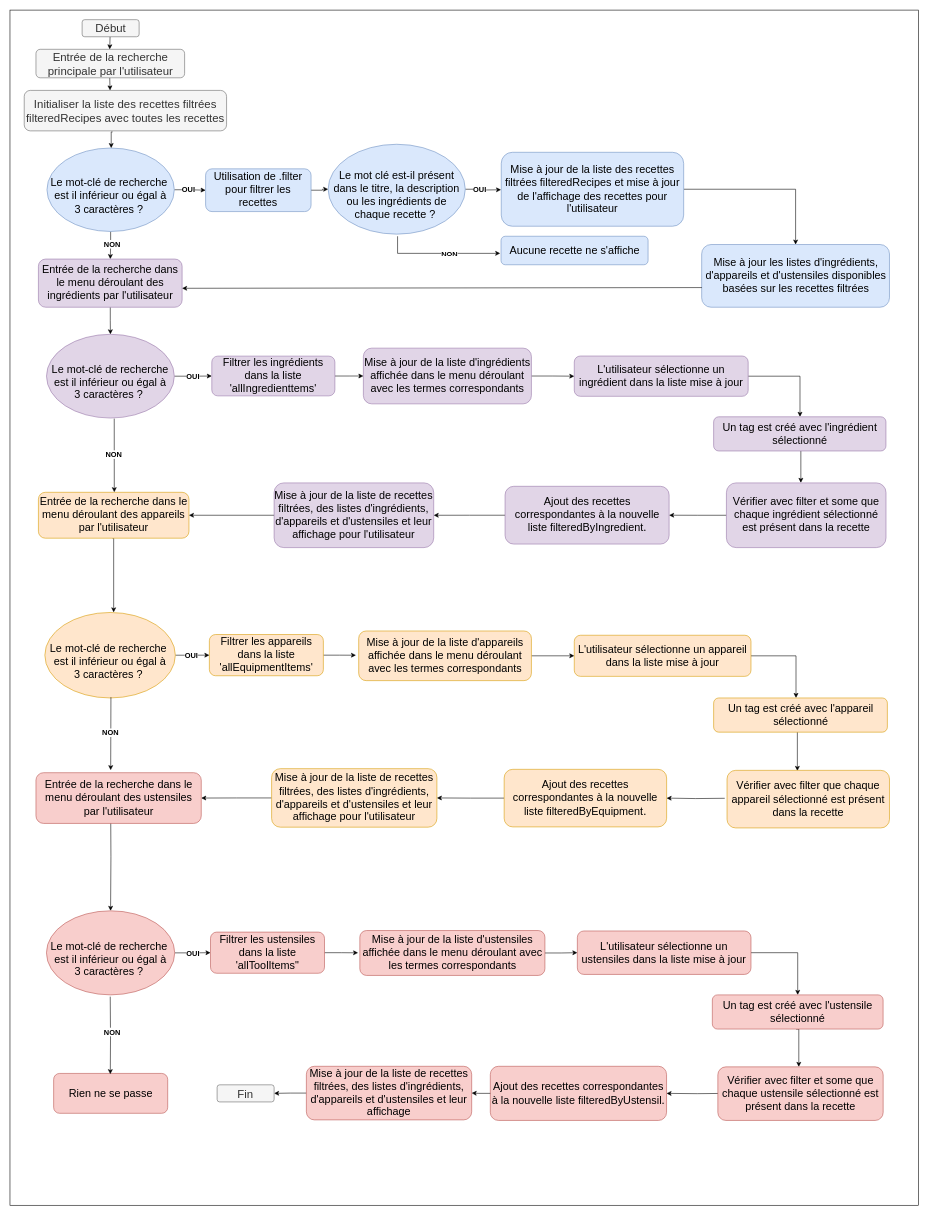
Earlier version of the draw.io diagram algorigramme_method.drawio (inesder/Les_petits_plats). Source tidied: cells renumbered, new cells numbered last; positions are measured from the earlier drawing's top-left corner, leaving out a move shared by most shapes. Both pictures are drawn from the tidied source at 57%, with x=0, y=0 at pixel (10, 10).
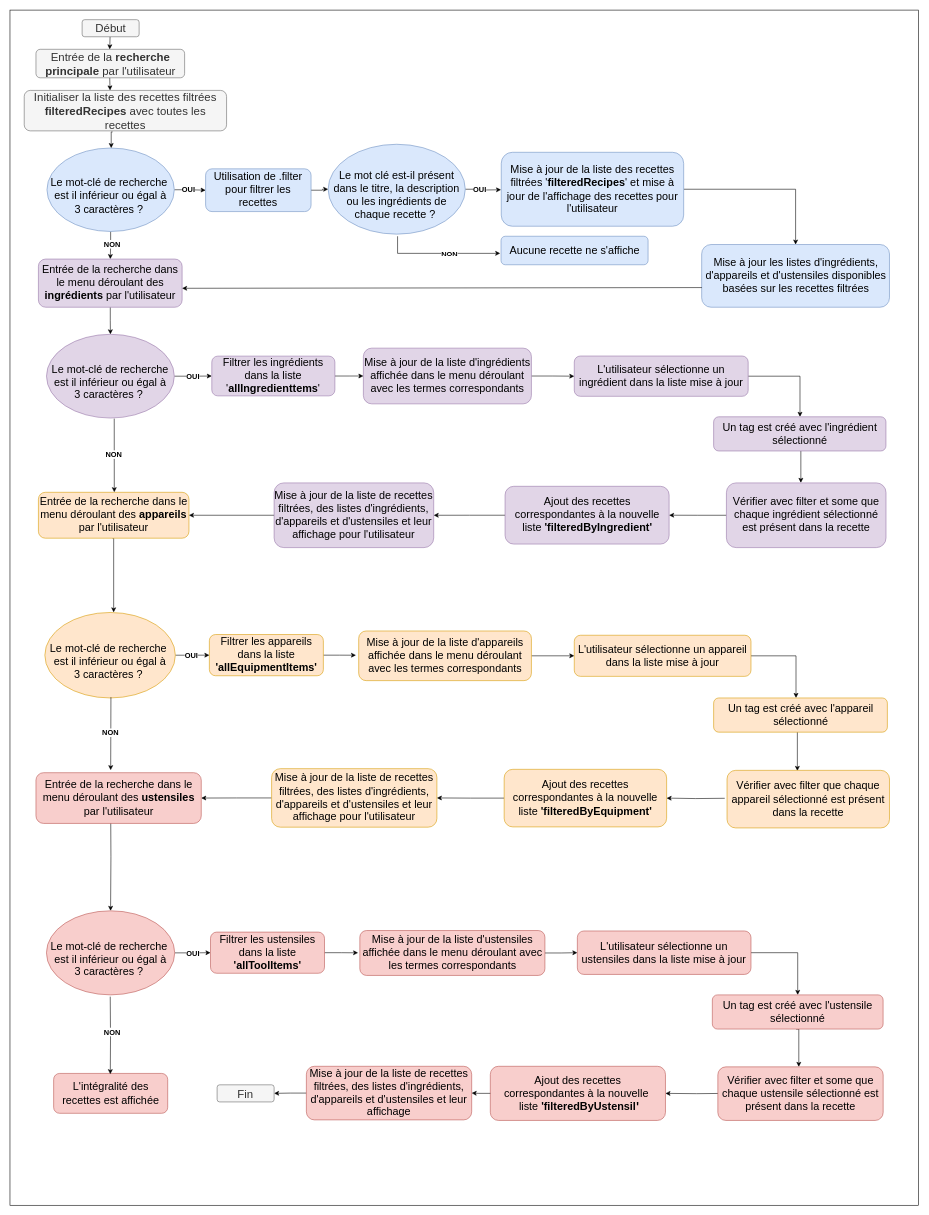
The same page after the edit.

Commit message (it also covers changes not shown here):
Mettre à jour algorigramme_method.drawio

Change to the diagram source:
```diff
@@
-    <mxCell id="3" value="&lt;font style=&quot;font-size: 20px;&quot;&gt;&lt;font style=&quot;font-size: 20px;&quot;&gt;Initialiser la liste des&amp;nbsp;&lt;/font&gt;&lt;font style=&quot;background-color: initial; font-size: 20px;&quot;&gt;recettes&amp;nbsp;&lt;/font&gt;&lt;span style=&quot;background-color: initial;&quot;&gt;filtrées filteredRecipes avec&amp;nbsp;&lt;/span&gt;&lt;/font&gt;&lt;span style=&quot;font-size: 20px; background-color: initial;&quot;&gt;toutes les recettes&lt;/span&gt;" style="rounded=1;whiteSpace=wrap;html=1;fillColor=#f5f5f5;strokeColor=#666666;fontColor=#333333;" parent="1" vertex="1">
+    <mxCell id="3" value="&lt;font style=&quot;font-size: 20px;&quot;&gt;&lt;font style=&quot;font-size: 20px;&quot;&gt;Initialiser la liste des&amp;nbsp;&lt;/font&gt;&lt;font style=&quot;background-color: initial; font-size: 20px;&quot;&gt;recettes&amp;nbsp;&lt;/font&gt;&lt;span style=&quot;background-color: initial;&quot;&gt;filtrées &lt;b&gt;filteredRecipes&lt;/b&gt; avec&amp;nbsp;&lt;/span&gt;&lt;/font&gt;&lt;span style=&quot;font-size: 20px; background-color: initial;&quot;&gt;toutes les recettes&lt;/span&gt;" style="rounded=1;whiteSpace=wrap;html=1;fillColor=#f5f5f5;strokeColor=#666666;fontColor=#333333;" parent="1" vertex="1">
       <mxGeometry x="25" y="141.1" width="355" height="71" as="geometry" />
     </mxCell>
@@
-    <mxCell id="10" value="&lt;font style=&quot;font-size: 20px;&quot;&gt;Entrée de la recherche principale par l'utilisateur&lt;/font&gt;" style="rounded=1;whiteSpace=wrap;html=1;fillColor=#f5f5f5;strokeColor=#666666;fontColor=#333333;" parent="1" vertex="1">
+    <mxCell id="10" value="&lt;font style=&quot;font-size: 20px;&quot;&gt;Entrée de la &lt;b&gt;recherche principale&lt;/b&gt; par l'utilisateur&lt;/font&gt;" style="rounded=1;whiteSpace=wrap;html=1;fillColor=#f5f5f5;strokeColor=#666666;fontColor=#333333;" parent="1" vertex="1">
       <mxGeometry x="45.6" y="69" width="260.8" height="50" as="geometry" />
     </mxCell>
@@
-    <mxCell id="22" value="&lt;font style=&quot;font-size: 19px;&quot;&gt;Mise à jour de la liste des recettes filtrées filteredRecipes et mise à jour de l'affichage des recettes pour l'utilisateur&lt;/font&gt;" style="rounded=1;whiteSpace=wrap;html=1;fillColor=#dae8fc;strokeColor=#6c8ebf;" parent="1" vertex="1">
+    <mxCell id="22" value="&lt;font style=&quot;font-size: 19px;&quot;&gt;Mise à jour de la liste des recettes filtrées '&lt;b&gt;filteredRecipes&lt;/b&gt;' et mise à jour de l'affichage des recettes pour l'utilisateur&lt;/font&gt;" style="rounded=1;whiteSpace=wrap;html=1;fillColor=#dae8fc;strokeColor=#6c8ebf;" parent="1" vertex="1">
       <mxGeometry x="861.9" y="249.7" width="320" height="129.7" as="geometry" />
     </mxCell>
@@
-    <mxCell id="25" value="&lt;font style=&quot;font-size: 19px;&quot;&gt;Entrée de la recherche dans le menu déroulant des ingrédients par l'utilisateur&lt;/font&gt;" style="rounded=1;whiteSpace=wrap;html=1;fillColor=#e1d5e7;strokeColor=#9673a6;" parent="1" vertex="1">
+    <mxCell id="25" value="&lt;font style=&quot;font-size: 19px;&quot;&gt;Entrée de la recherche dans le menu déroulant des &lt;b&gt;ingrédients &lt;/b&gt;par l'utilisateur&lt;/font&gt;" style="rounded=1;whiteSpace=wrap;html=1;fillColor=#e1d5e7;strokeColor=#9673a6;" parent="1" vertex="1">
       <mxGeometry x="49.9" y="437" width="252.1" height="84.5" as="geometry" />
     </mxCell>
@@
-    <mxCell id="30" value="&lt;font style=&quot;font-size: 19px;&quot;&gt;Filtrer les ingrédients dans la liste 'allIngredienttems'&lt;/font&gt;" style="rounded=1;whiteSpace=wrap;html=1;fillColor=#e1d5e7;strokeColor=#9673a6;" parent="1" vertex="1">
+    <mxCell id="30" value="&lt;font style=&quot;font-size: 19px;&quot;&gt;Filtrer les ingrédients dans la liste '&lt;b&gt;allIngredienttems&lt;/b&gt;'&lt;/font&gt;" style="rounded=1;whiteSpace=wrap;html=1;fillColor=#e1d5e7;strokeColor=#9673a6;" parent="1" vertex="1">
       <mxGeometry x="354.1" y="607.3" width="215.9" height="69.7" as="geometry" />
     </mxCell>
@@
-    <mxCell id="38" value="&lt;font style=&quot;font-size: 19px;&quot;&gt;Ajout des recettes correspondantes à la nouvelle liste filteredByIngredient&lt;font style=&quot;font-size: 19px;&quot;&gt;&lt;span style=&quot;font-family: ui-sans-serif, -apple-system, system-ui, &amp;quot;Segoe UI&amp;quot;, Roboto, Ubuntu, Cantarell, &amp;quot;Noto Sans&amp;quot;, sans-serif, Helvetica, &amp;quot;Apple Color Emoji&amp;quot;, Arial, &amp;quot;Segoe UI Emoji&amp;quot;, &amp;quot;Segoe UI Symbol&amp;quot;; text-align: left; white-space-collapse: preserve;&quot;&gt;.&lt;/span&gt;&lt;/font&gt;&lt;/font&gt;" style="rounded=1;whiteSpace=wrap;html=1;fillColor=#e1d5e7;strokeColor=#9673a6;" parent="1" vertex="1">
+    <mxCell id="38" value="&lt;font style=&quot;font-size: 19px;&quot;&gt;Ajout des recettes correspondantes à la nouvelle liste &lt;b&gt;'filteredByIngredient'&lt;/b&gt;&lt;/font&gt;" style="rounded=1;whiteSpace=wrap;html=1;fillColor=#e1d5e7;strokeColor=#9673a6;" parent="1" vertex="1">
       <mxGeometry x="868.6" y="835.7" width="287.8" height="101.3" as="geometry" />
     </mxCell>
@@
-    <mxCell id="40" value="&lt;font style=&quot;font-size: 19px;&quot;&gt;Entrée de la recherche dans le menu déroulant des appareils par l'utilisateur&lt;/font&gt;" style="rounded=1;whiteSpace=wrap;html=1;fillColor=#ffe6cc;strokeColor=#d79b00;" parent="1" vertex="1">
+    <mxCell id="40" value="&lt;font style=&quot;font-size: 19px;&quot;&gt;Entrée de la recherche dans le menu déroulant des &lt;b&gt;appareils &lt;/b&gt;par l'utilisateur&lt;/font&gt;" style="rounded=1;whiteSpace=wrap;html=1;fillColor=#ffe6cc;strokeColor=#d79b00;" parent="1" vertex="1">
       <mxGeometry x="49.9" y="846.2" width="264.1" height="80.5" as="geometry" />
     </mxCell>
@@
-    <mxCell id="56" value="&lt;span style=&quot;font-size: 19px;&quot;&gt;Ajout des recettes correspondantes à la nouvelle liste filteredByEquipment&lt;/span&gt;&lt;font style=&quot;font-size: 19px;&quot;&gt;&lt;span style=&quot;font-family: ui-sans-serif, -apple-system, system-ui, &amp;quot;Segoe UI&amp;quot;, Roboto, Ubuntu, Cantarell, &amp;quot;Noto Sans&amp;quot;, sans-serif, Helvetica, &amp;quot;Apple Color Emoji&amp;quot;, Arial, &amp;quot;Segoe UI Emoji&amp;quot;, &amp;quot;Segoe UI Symbol&amp;quot;; text-align: left; white-space-collapse: preserve;&quot;&gt;.&lt;/span&gt;&lt;/font&gt;" style="rounded=1;whiteSpace=wrap;html=1;fillColor=#ffe6cc;strokeColor=#d79b00;" parent="1" vertex="1">
+    <mxCell id="56" value="&lt;span style=&quot;font-size: 19px;&quot;&gt;Ajout des recettes correspondantes à la nouvelle liste &lt;b&gt;'filteredByEquipment'&lt;/b&gt;&lt;/span&gt;" style="rounded=1;whiteSpace=wrap;html=1;fillColor=#ffe6cc;strokeColor=#d79b00;" parent="1" vertex="1">
       <mxGeometry x="867" y="1332.2" width="285" height="101" as="geometry" />
     </mxCell>
@@
-    <mxCell id="60" value="&lt;font style=&quot;font-size: 19px;&quot;&gt;Entrée de la recherche dans le menu déroulant des ustensiles par l'utilisateur&lt;/font&gt;" style="rounded=1;whiteSpace=wrap;html=1;fillColor=#f8cecc;strokeColor=#b85450;" parent="1" vertex="1">
+    <mxCell id="60" value="&lt;font style=&quot;font-size: 19px;&quot;&gt;Entrée de la recherche dans le menu déroulant des &lt;b&gt;ustensiles &lt;/b&gt;par l'utilisateur&lt;/font&gt;" style="rounded=1;whiteSpace=wrap;html=1;fillColor=#f8cecc;strokeColor=#b85450;" parent="1" vertex="1">
       <mxGeometry x="45.6" y="1338.1" width="290" height="89" as="geometry" />
     </mxCell>
@@
-    <mxCell id="65" value="&lt;font style=&quot;font-size: 19px;&quot;&gt;Filtrer les ustensiles dans la liste 'allToolItems&quot;&lt;/font&gt;" style="rounded=1;whiteSpace=wrap;html=1;fillColor=#f8cecc;strokeColor=#b85450;" parent="1" vertex="1">
+    <mxCell id="65" value="&lt;font style=&quot;font-size: 19px;&quot;&gt;Filtrer les ustensiles dans la liste &lt;b&gt;'allToolItems'&lt;/b&gt;&lt;/font&gt;" style="rounded=1;whiteSpace=wrap;html=1;fillColor=#f8cecc;strokeColor=#b85450;" parent="1" vertex="1">
       <mxGeometry x="351.8" y="1617.8" width="200" height="72.2" as="geometry" />
     </mxCell>
@@
-    <mxCell id="74" value="&lt;span style=&quot;font-size: 19px;&quot;&gt;Ajout des recettes correspondantes à la nouvelle liste filteredByUstensil&lt;/span&gt;&lt;font style=&quot;font-size: 19px;&quot;&gt;&lt;span style=&quot;font-family: ui-sans-serif, -apple-system, system-ui, &amp;quot;Segoe UI&amp;quot;, Roboto, Ubuntu, Cantarell, &amp;quot;Noto Sans&amp;quot;, sans-serif, Helvetica, &amp;quot;Apple Color Emoji&amp;quot;, Arial, &amp;quot;Segoe UI Emoji&amp;quot;, &amp;quot;Segoe UI Symbol&amp;quot;; text-align: left; white-space-collapse: preserve;&quot;&gt;.&lt;/span&gt;&lt;/font&gt;" style="rounded=1;whiteSpace=wrap;html=1;fillColor=#f8cecc;strokeColor=#b85450;" parent="1" vertex="1">
-      <mxGeometry x="842.7" y="1853.2" width="309.2" height="95" as="geometry" />
+    <mxCell id="74" value="&lt;div style=&quot;&quot;&gt;&lt;span style=&quot;font-size: 19px; background-color: initial;&quot;&gt;Ajout des recettes&lt;/span&gt;&lt;/div&gt;&lt;div style=&quot;&quot;&gt;&lt;span style=&quot;font-size: 19px; background-color: initial;&quot;&gt;correspondantes à la nouvelle&amp;nbsp; &amp;nbsp;liste&amp;nbsp;&lt;b&gt;'filteredByUstensil&lt;font face=&quot;ui-sans-serif, -apple-system, system-ui, Segoe UI, Roboto, Ubuntu, Cantarell, Noto Sans, sans-serif, Helvetica, Apple Color Emoji, Arial, Segoe UI Emoji, Segoe UI Symbol&quot;&gt;&lt;span style=&quot;white-space-collapse: preserve;&quot;&gt;'&lt;/span&gt;&lt;/font&gt;&lt;/b&gt;&lt;/span&gt;&lt;/div&gt;" style="rounded=1;whiteSpace=wrap;html=1;fillColor=#f8cecc;strokeColor=#b85450;align=center;" parent="1" vertex="1">
+      <mxGeometry x="842.7" y="1853.2" width="307.3" height="95" as="geometry" />
     </mxCell>
@@
-    <mxCell id="79" value="&lt;font style=&quot;font-size: 19px;&quot;&gt;Filtrer les appareils dans la liste 'allEquipmentItems'&lt;/font&gt;" style="rounded=1;whiteSpace=wrap;html=1;fillColor=#ffe6cc;strokeColor=#d79b00;" parent="1" vertex="1">
+    <mxCell id="79" value="&lt;font style=&quot;font-size: 19px;&quot;&gt;Filtrer les appareils dans la liste &lt;b&gt;'allEquipmentItems'&lt;/b&gt;&lt;/font&gt;" style="rounded=1;whiteSpace=wrap;html=1;fillColor=#ffe6cc;strokeColor=#d79b00;" parent="1" vertex="1">
       <mxGeometry x="349.8" y="1095.7" width="200" height="72.3" as="geometry" />
     </mxCell>
@@
-    <mxCell id="88" value="&lt;font style=&quot;font-size: 19px;&quot;&gt;Rien ne se passe&lt;/font&gt;" style="rounded=1;whiteSpace=wrap;html=1;fillColor=#f8cecc;strokeColor=#b85450;" parent="1" vertex="1">
+    <mxCell id="88" value="&lt;font style=&quot;font-size: 19px;&quot;&gt;L'intégralité des recettes est affichée&lt;/font&gt;" style="rounded=1;whiteSpace=wrap;html=1;fillColor=#f8cecc;strokeColor=#b85450;" parent="1" vertex="1">
       <mxGeometry x="76.6" y="1865.7" width="200.1" height="70" as="geometry" />
     </mxCell>
```
